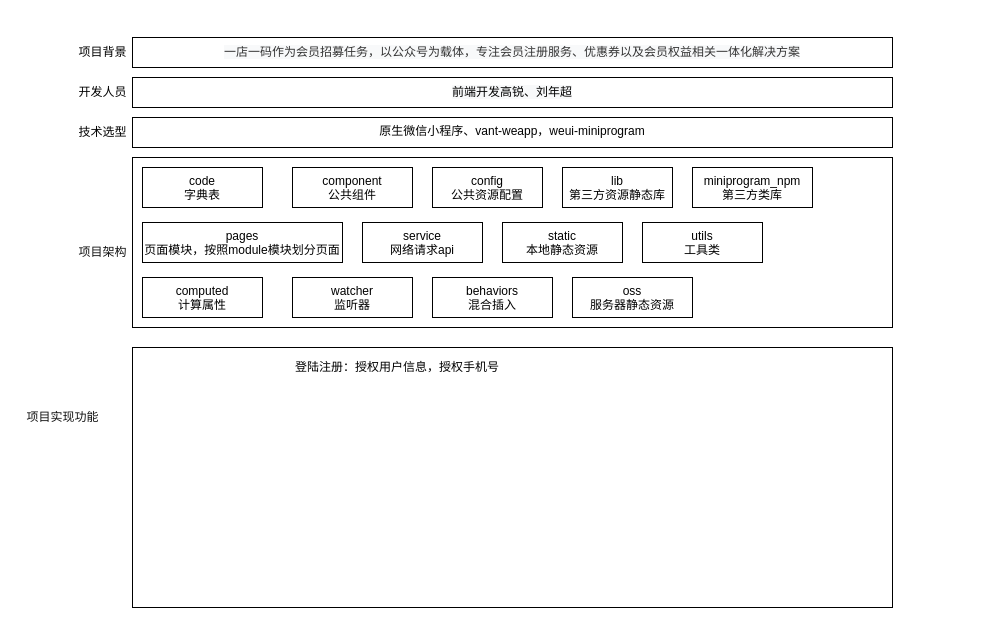
Before: page "trt会员中心" (4 of 6) of 未命名绘图.drawio in magicgaorui/-, a draw.io diagram. Source tidied: cells renumbered, new cells numbered last; positions are measured from the earlier drawing's top-left corner, leaving out a move shared by most shapes. Both pictures are drawn from the tidied source at 100%, with x=0, y=0 at pixel (17, 37).
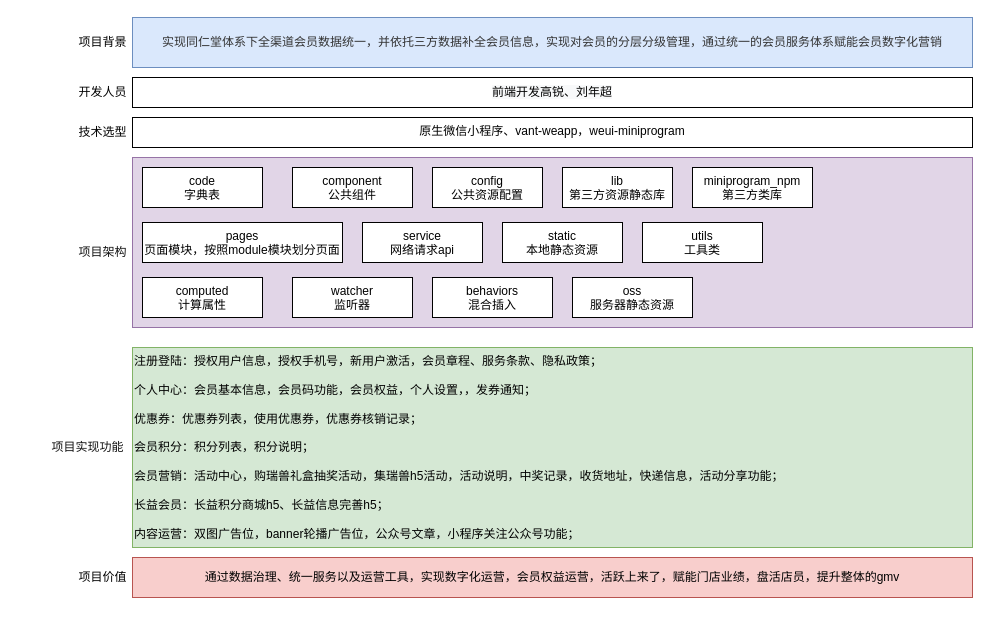
The same diagram, later.

Diff of the diagram source:
```diff
@@
-    <mxCell id="2" value="&lt;span style=&quot;color: rgb(51, 51, 51); font-family: &amp;quot;arial normal&amp;quot;, arial, sans-serif; font-size: 12px; font-style: normal; font-weight: 400; letter-spacing: normal; text-align: left; text-indent: 0px; text-transform: none; word-spacing: 0px; background-color: rgb(248, 249, 250); display: inline; float: none;&quot;&gt;一店一码作为会员招募任务，以公众号为载体，专注会员注册服务、优惠券以及会员权益相关一体化解决方案&lt;/span&gt;" style="rounded=0;whiteSpace=wrap;html=1;shadow=0;glass=0;fontSize=12;fontColor=#000000;fillColor=none;gradientColor=none;align=center;verticalAlign=middle;" parent="1" vertex="1">
-      <mxGeometry x="115" width="760" height="30" as="geometry" />
+    <mxCell id="2" value="&lt;div style=&quot;text-align: left&quot;&gt;&lt;span&gt;&lt;font color=&quot;#333333&quot; face=&quot;arial normal, arial, sans-serif&quot;&gt;实现同仁堂体系下全渠道会员数据统一，并依托三方数据补全会员信息，实现对会员的分层分级管理，通过统一的会员服务体系赋能会员数字化营销&lt;/font&gt;&lt;/span&gt;&lt;/div&gt;" style="rounded=0;whiteSpace=wrap;html=1;shadow=0;glass=0;fontSize=12;fillColor=#dae8fc;align=center;verticalAlign=middle;strokeColor=#6c8ebf;" parent="1" vertex="1">
+      <mxGeometry x="115" y="-20" width="840" height="50" as="geometry" />
     </mxCell>
     <mxCell id="3" value="&lt;span style=&quot;color: rgb(0, 0, 0); font-family: helvetica; font-size: 12px; font-style: normal; font-weight: 400; letter-spacing: normal; text-align: center; text-indent: 0px; text-transform: none; word-spacing: 0px; background-color: rgb(248, 249, 250); display: inline; float: none;&quot;&gt;前端开发高锐、刘年超&lt;/span&gt;" style="rounded=0;whiteSpace=wrap;html=1;shadow=0;glass=0;fontSize=12;fontColor=#000000;fillColor=none;gradientColor=none;align=center;verticalAlign=middle;" parent="1" vertex="1">
-      <mxGeometry x="115" y="40" width="760" height="30" as="geometry" />
+      <mxGeometry x="115" y="40" width="840" height="30" as="geometry" />
     </mxCell>
     <mxCell id="4" value="&lt;span&gt;项目背景&lt;/span&gt;" style="text;html=1;align=center;verticalAlign=middle;strokeColor=none;fontSize=12;fontColor=#000000;" parent="1" vertex="1">
-      <mxGeometry x="55" y="5" width="60" height="20" as="geometry" />
+      <mxGeometry x="55" y="-5" width="60" height="20" as="geometry" />
     </mxCell>
@@
     <mxCell id="7" value="&lt;span&gt;原生微信小程序、vant-weapp，weui-miniprogram&lt;/span&gt;" style="rounded=0;whiteSpace=wrap;html=1;shadow=0;glass=0;fontSize=12;fontColor=#000000;strokeColor=#000000;fillColor=#FFFFFF;gradientColor=none;align=center;verticalAlign=top;" parent="1" vertex="1">
-      <mxGeometry x="115" y="80" width="760" height="30" as="geometry" />
+      <mxGeometry x="115" y="80" width="840" height="30" as="geometry" />
     </mxCell>
@@
-    <mxCell id="9" style="rounded=0;whiteSpace=wrap;html=1;shadow=0;glass=0;fontSize=12;fontColor=#000000;strokeColor=#000000;fillColor=#FFFFFF;gradientColor=none;align=center;verticalAlign=top;" parent="1" vertex="1">
-      <mxGeometry x="115" y="120" width="760" height="170" as="geometry" />
+    <mxCell id="9" style="rounded=0;whiteSpace=wrap;html=1;shadow=0;glass=0;fontSize=12;strokeColor=#9673a6;fillColor=#e1d5e7;align=center;verticalAlign=top;" parent="1" vertex="1">
+      <mxGeometry x="115" y="120" width="840" height="170" as="geometry" />
     </mxCell>
@@
     <mxCell id="22" value="&lt;span style=&quot;color: rgb(18, 18, 18); font-size: 12px; background-color: rgb(255, 255, 255);&quot;&gt;项目实现功能&lt;/span&gt;" style="text;html=1;align=center;verticalAlign=middle;strokeColor=none;fontSize=12;fontColor=#000000;" parent="1" vertex="1">
-      <mxGeometry y="370" width="90" height="20" as="geometry" />
+      <mxGeometry x="25" y="400" width="90" height="20" as="geometry" />
     </mxCell>
     <mxCell id="23" style="rounded=0;whiteSpace=wrap;html=1;shadow=0;glass=0;fontSize=12;fontColor=#000000;strokeColor=#000000;fillColor=#FFFFFF;gradientColor=none;align=center;verticalAlign=top;" parent="1" vertex="1">
-      <mxGeometry x="115" y="310" width="760" height="260" as="geometry" />
+      <mxGeometry x="115" y="310" width="760" height="200" as="geometry" />
     </mxCell>
@@
-    <mxCell id="25" value="登陆注册：授权用户信息，授权手机号" style="text;html=1;strokeColor=none;fillColor=none;align=center;verticalAlign=middle;whiteSpace=wrap;rounded=0;shadow=0;glass=0;fontSize=12;fontColor=#000000;" parent="1" vertex="1">
-      <mxGeometry x="125" y="320" width="510" height="20" as="geometry" />
+    <mxCell id="25" value="注册登陆：授权用户信息，授权手机号，&lt;span style=&quot;text-align: center&quot;&gt;新用户激活，&lt;/span&gt;&lt;span style=&quot;text-align: center&quot;&gt;会员章程、服务条款、隐私政策；&lt;br&gt;&lt;br&gt;&lt;/span&gt;&lt;span style=&quot;text-align: center&quot;&gt;个人中心：会员基本信息，&lt;/span&gt;&lt;span style=&quot;text-align: center&quot;&gt;会员码功能&lt;/span&gt;&lt;span style=&quot;text-align: center&quot;&gt;，会员权益，&lt;/span&gt;&lt;span style=&quot;text-align: center&quot;&gt;个人设置，，&lt;/span&gt;&lt;span style=&quot;text-align: center&quot;&gt;发券通知；&lt;/span&gt;&lt;span style=&quot;text-align: center&quot;&gt;&lt;br&gt;&lt;br&gt;&lt;/span&gt;&lt;span style=&quot;text-align: center&quot;&gt;优惠券：&lt;/span&gt;&lt;span style=&quot;text-align: center&quot;&gt;优惠券列表，使用优惠券，优惠券核销记录；&lt;br&gt;&lt;br&gt;会员积分：&lt;/span&gt;&lt;span style=&quot;text-align: center&quot;&gt;积分列表，积分说明；&lt;/span&gt;&lt;span style=&quot;text-align: center&quot;&gt;&lt;br&gt;&lt;br&gt;&lt;/span&gt;&lt;span style=&quot;text-align: center&quot;&gt;会员营销：&lt;/span&gt;&lt;span style=&quot;text-align: center&quot;&gt;活动中心&lt;/span&gt;&lt;span style=&quot;text-align: center&quot;&gt;，购瑞兽礼盒&lt;/span&gt;&lt;span style=&quot;text-align: center&quot;&gt;抽奖活动，&lt;/span&gt;&lt;span style=&quot;text-align: center&quot;&gt;集瑞兽h5活动，&lt;/span&gt;&lt;span style=&quot;text-align: center&quot;&gt;活动说明，&lt;/span&gt;&lt;span style=&quot;text-align: center&quot;&gt;中奖记录，&lt;/span&gt;&lt;span style=&quot;text-align: center&quot;&gt;收货地址，&lt;/span&gt;&lt;span style=&quot;text-align: center&quot;&gt;快递信息，活动分享&lt;/span&gt;&lt;span style=&quot;text-align: center&quot;&gt;功能；&lt;br&gt;&lt;/span&gt;&lt;span style=&quot;text-align: center&quot;&gt;&lt;br&gt;长益会员：&lt;/span&gt;&lt;span style=&quot;text-align: center&quot;&gt;长益积分商城h5、长益信息完善h5；&lt;br&gt;&lt;/span&gt;&lt;span style=&quot;text-align: center&quot;&gt;&lt;br&gt;内容运营：&lt;/span&gt;&lt;span style=&quot;text-align: center&quot;&gt;双图广告位，banner轮播广告位，公众号文章，&lt;/span&gt;&lt;span style=&quot;text-align: center&quot;&gt;小程序关注公众号功能；&lt;/span&gt;&lt;span style=&quot;text-align: center&quot;&gt;&lt;br&gt;&lt;/span&gt;" style="text;html=1;strokeColor=#82b366;fillColor=#d5e8d4;align=left;verticalAlign=top;whiteSpace=wrap;rounded=0;shadow=0;glass=0;fontSize=12;" parent="1" vertex="1">
+      <mxGeometry x="115" y="310" width="840" height="200" as="geometry" />
     </mxCell>
+    <mxCell id="26" value="项目价值" style="text;html=1;align=center;verticalAlign=middle;strokeColor=none;" parent="1" vertex="1">
+      <mxGeometry x="55" y="530" width="60" height="20" as="geometry" />
+    </mxCell>
+    <mxCell id="27" value="通过数据治理、统一服务以及运营工具，实现数字化运营，会员权益运营，活跃上来了，赋能门店业绩，盘活店员，提升整体的gmv" style="rounded=0;whiteSpace=wrap;html=1;align=center;verticalAlign=middle;fillColor=#f8cecc;strokeColor=#b85450;" parent="1" vertex="1">
+      <mxGeometry x="115" y="520" width="840" height="40" as="geometry" />
+    </mxCell>
```
